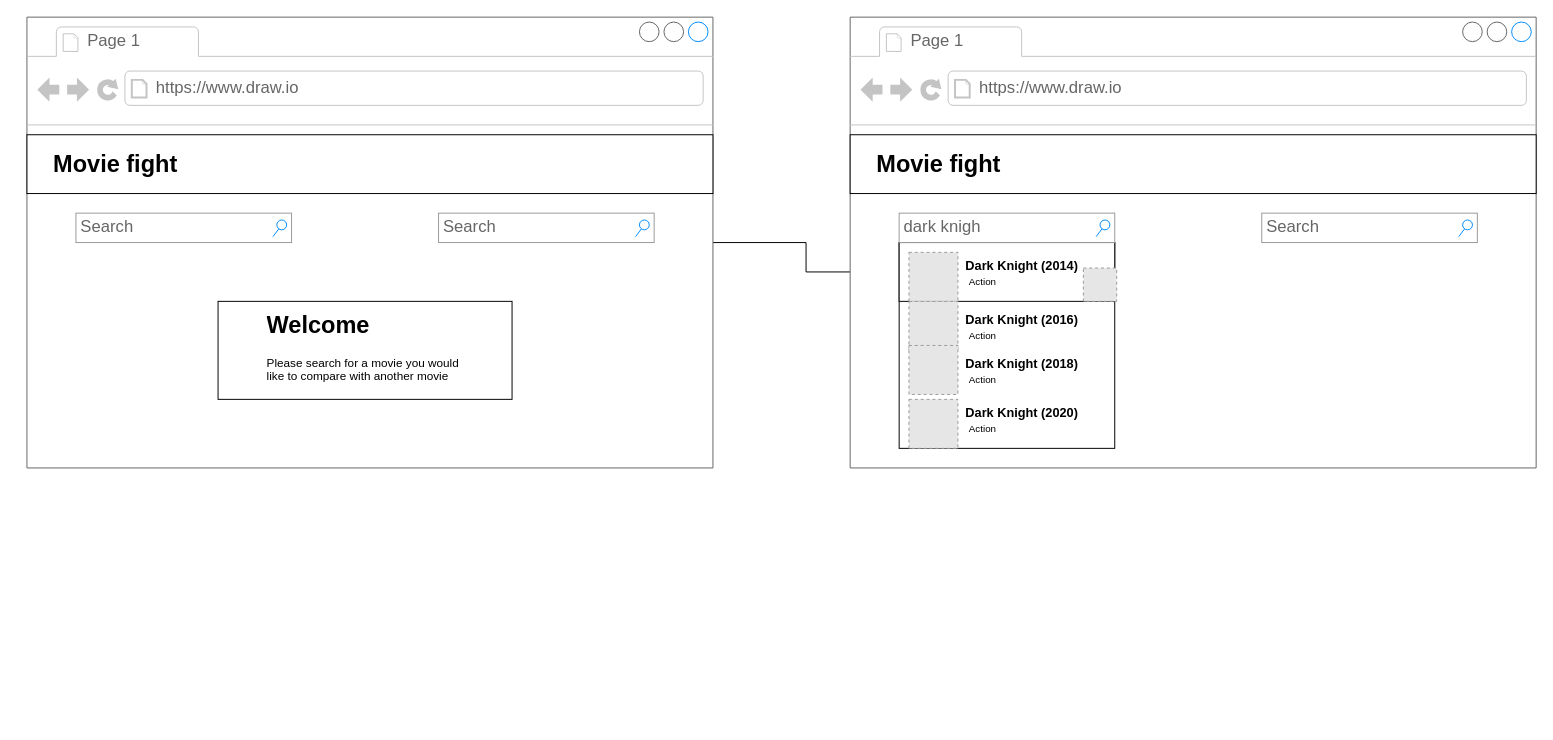
Idosegev/js-movie-index keeps this draw.io diagram as Untitled Diagram.drawio. Above is the earlier version. Source tidied: cells renumbered, new cells numbered last; positions are measured from the earlier drawing's top-left corner, leaving out a move shared by most shapes. Both pictures are drawn from the tidied source at 98%, with x=0, y=0 at pixel (26, 17). Pictures stored in the file or linked from it are replaced by grey dashed boxes.
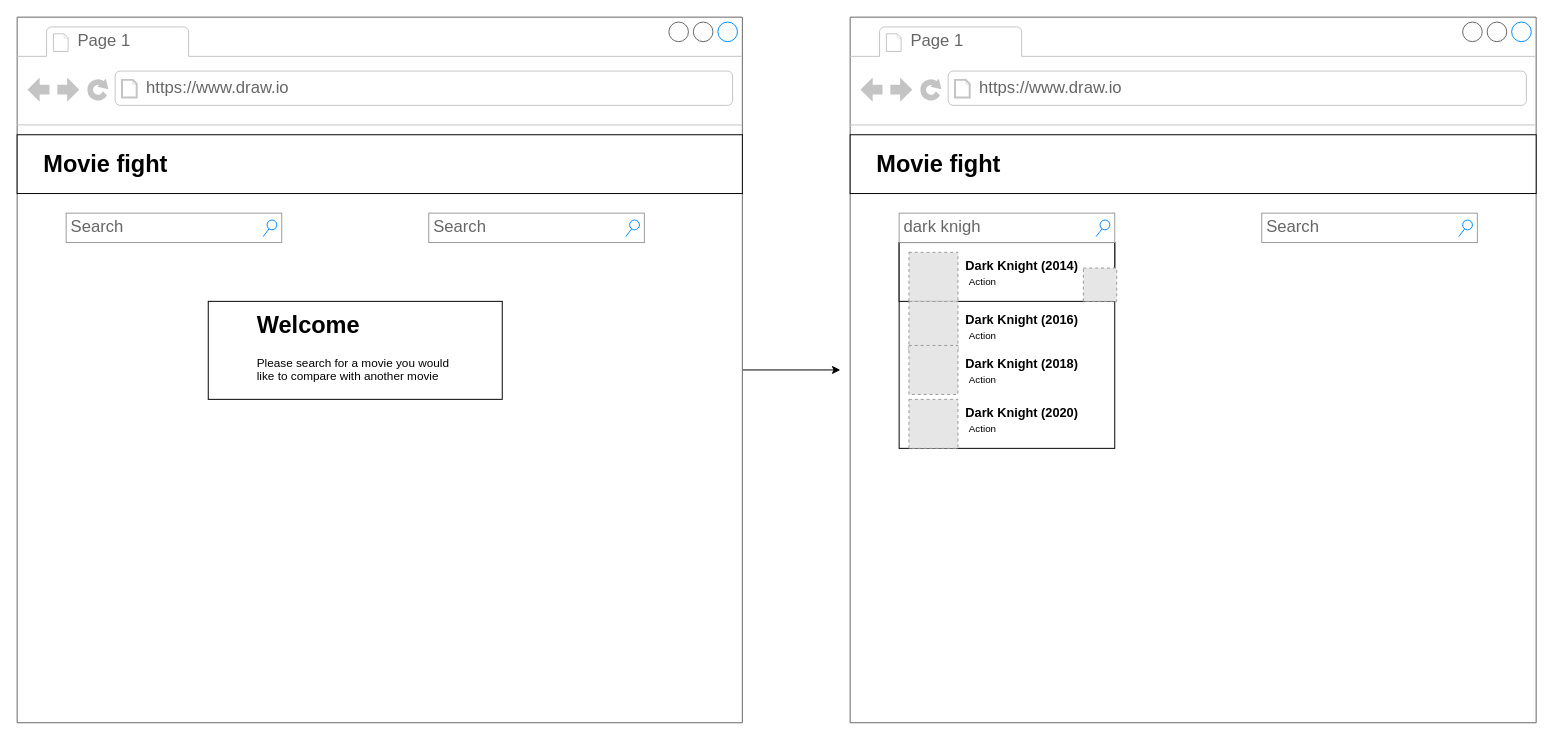
The same diagram, later.

The change refers to these unchanged cells:
```xml
<mxCell id="14" style="rounded=0;whiteSpace=wrap;html=1;fontSize=10;" parent="12" vertex="1">
  <mxGeometry x="50" y="230" width="220" height="60" as="geometry" />
</mxCell>
```

Change to the diagram source:
```diff
@@
-    <mxCell id="2" style="edgeStyle=orthogonalEdgeStyle;rounded=0;jettySize=auto;html=1;fontSize=10;" parent="1" edge="1" source="3" target="14">
-      <mxGeometry relative="1" as="geometry" />
+    <mxCell id="2" style="edgeStyle=orthogonalEdgeStyle;rounded=0;jettySize=auto;html=1;fontSize=10;" parent="1" edge="1" source="3">
+      <mxGeometry relative="1" as="geometry">
+        <mxPoint x="830" y="360" as="targetPoint" />
+        <Array as="points">
+          <mxPoint x="800" y="360" />
+          <mxPoint x="800" y="360" />
+        </Array>
+      </mxGeometry>
     </mxCell>
     <mxCell id="3" style="strokeWidth=1;shadow=0;dashed=0;align=center;html=1;shape=mxgraph.mockup.containers.browserWindow;rSize=0;strokeColor=#666666;strokeColor2=#008cff;strokeColor3=#c4c4c4;mainText=,;" parent="1" vertex="1">
-      <mxGeometry width="700" height="460" as="geometry" />
+      <mxGeometry x="-10" width="740" height="720" as="geometry" />
     </mxCell>
@@
-    <mxCell id="10" style="rounded=0;whiteSpace=wrap;html=1;" parent="1" vertex="1">
-      <mxGeometry y="120" width="700" height="60" as="geometry" />
+    <mxCell id="10" style="rounded=0;whiteSpace=wrap;html=1;" parent="3" vertex="1">
+      <mxGeometry y="120" width="740" height="60" as="geometry" />
     </mxCell>
-    <mxCell id="11" value="Movie fight" style="text;strokeColor=none;fillColor=none;html=1;fontSize=24;fontStyle=1;verticalAlign=middle;align=center;" parent="1" vertex="1">
+    <mxCell id="11" value="Movie fight" style="text;strokeColor=none;fillColor=none;html=1;fontSize=24;fontStyle=1;verticalAlign=middle;align=center;" parent="3" vertex="1">
       <mxGeometry x="40" y="130" width="100" height="40" as="geometry" />
     </mxCell>
     <mxCell id="12" style="strokeWidth=1;shadow=0;dashed=0;align=center;html=1;shape=mxgraph.mockup.containers.browserWindow;rSize=0;strokeColor=#666666;strokeColor2=#008cff;strokeColor3=#c4c4c4;mainText=,;" parent="1" vertex="1">
-      <mxGeometry x="840" width="700" height="460" as="geometry" />
+      <mxGeometry x="840" width="700" height="720" as="geometry" />
     </mxCell>
@@
-    <mxCell id="32" style="rounded=0;whiteSpace=wrap;html=1;" parent="1" vertex="1">
-      <mxGeometry x="840" y="120" width="700" height="60" as="geometry" />
+    <mxCell id="32" style="rounded=0;whiteSpace=wrap;html=1;" parent="12" vertex="1">
+      <mxGeometry y="120" width="700" height="60" as="geometry" />
     </mxCell>
```
